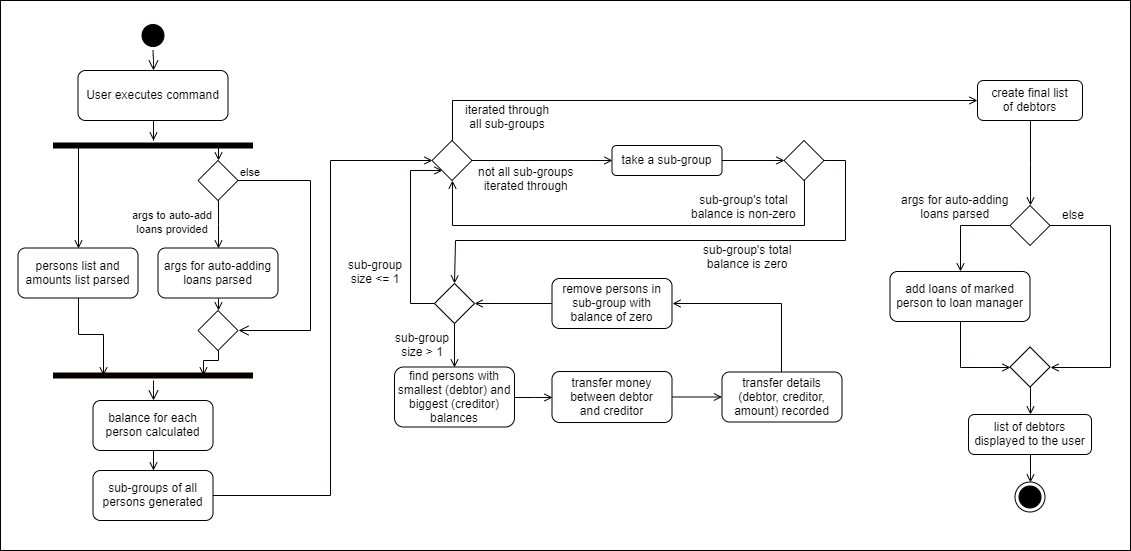
Earlier version of the draw.io export docs/images/LoanSplitActivityDiagram.png (nus-cs2103-AY1920S1/addressbook-level3). Source tidied: cells renumbered, new cells last; positions are measured from the earlier drawing's top-left corner, leaving out a move shared by most shapes.
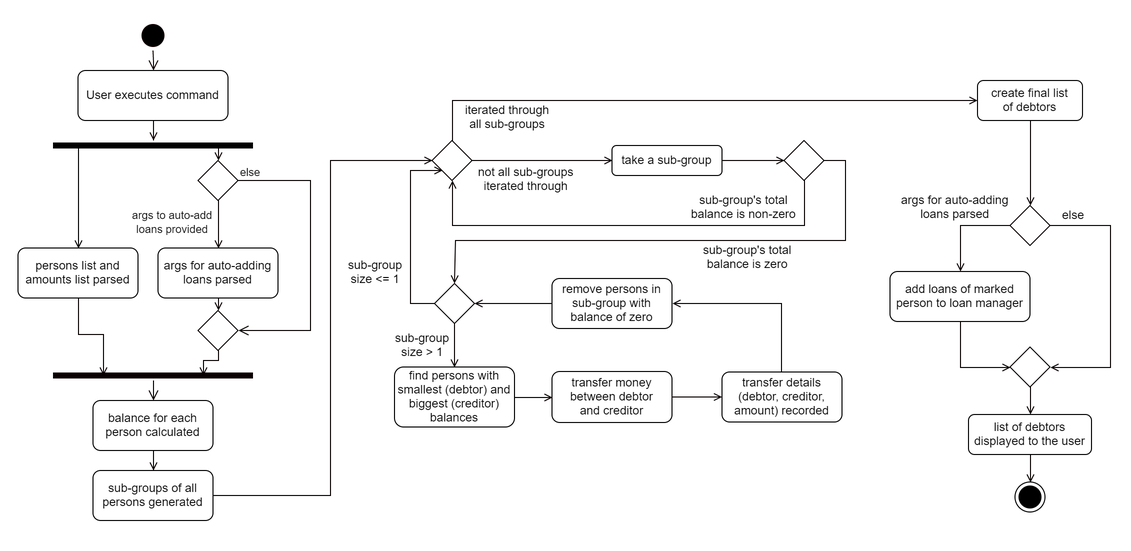
The same diagram one commit later.

Change to the diagram source:
```diff
@@ -2,7 +2,7 @@
   <root>
     <mxCell id="0" />
     <mxCell id="1" parent="0" />
-    <mxCell id="2" style="rounded=0;whiteSpace=wrap;html=1;strokeColor=#000000;fillColor=#FFFFFF;fontFamily=Helvetica;align=center;" parent="1" vertex="1">
+    <mxCell id="2" style="rounded=0;whiteSpace=wrap;html=1;strokeColor=none;fillColor=#FFFFFF;fontFamily=Helvetica;align=center;" parent="1" vertex="1">
       <mxGeometry width="1130" height="550" as="geometry" />
     </mxCell>
     <mxCell id="3" style="edgeStyle=orthogonalEdgeStyle;rounded=0;jettySize=auto;html=1;endArrow=open;endFill=0;strokeColor=#0F0000;fontFamily=Helvetica;" parent="1" edge="1" source="4" target="9">
```
